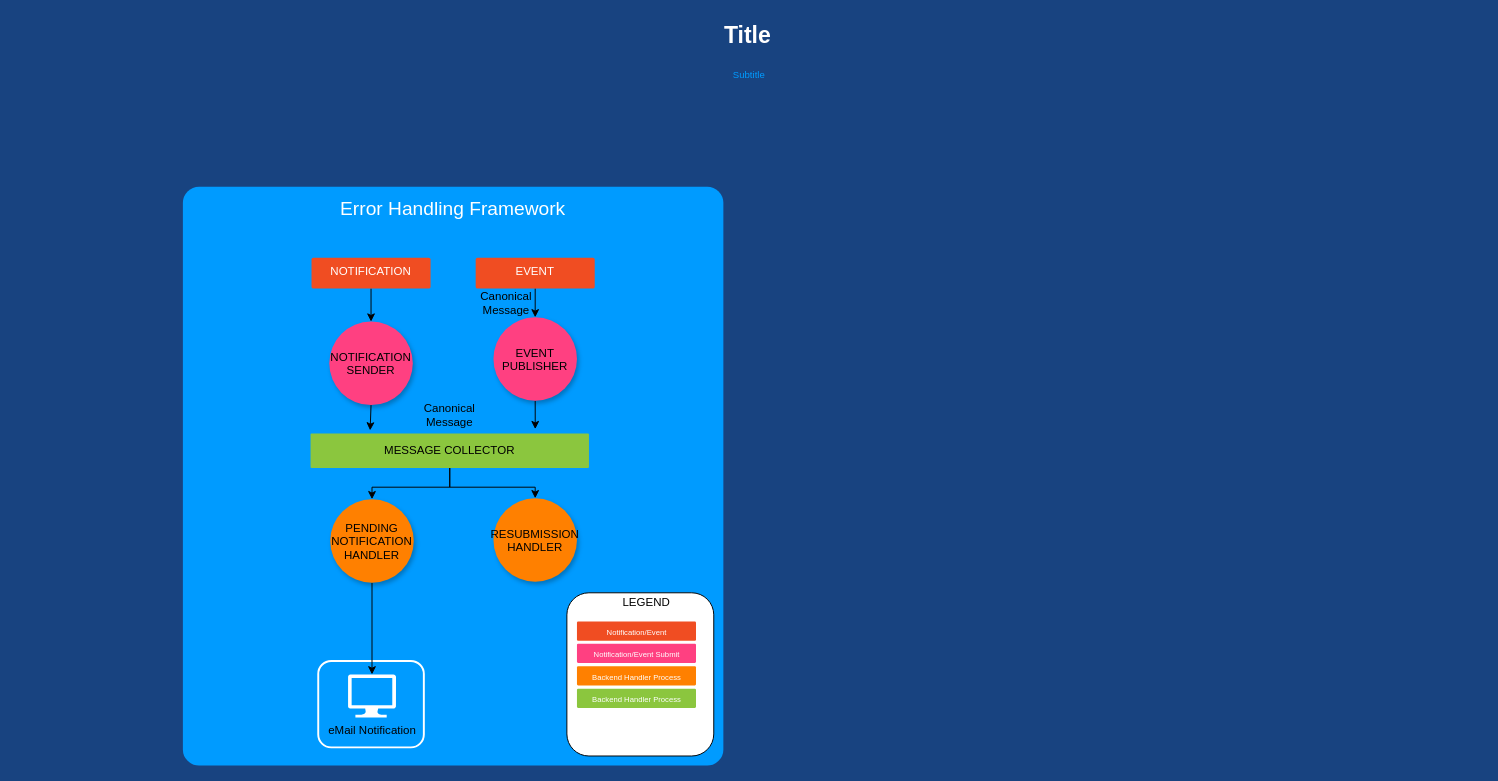
Earlier version of the draw.io diagram ErrorHandlingFramework.drawio (spantaleoni/StaticWebSite). Source tidied: cells renumbered, new cells numbered last; positions are measured from the earlier drawing's top-left corner, leaving out a move shared by most shapes. Both pictures are drawn from the tidied source at 96%, with x=0, y=0 at pixel (16, 16).
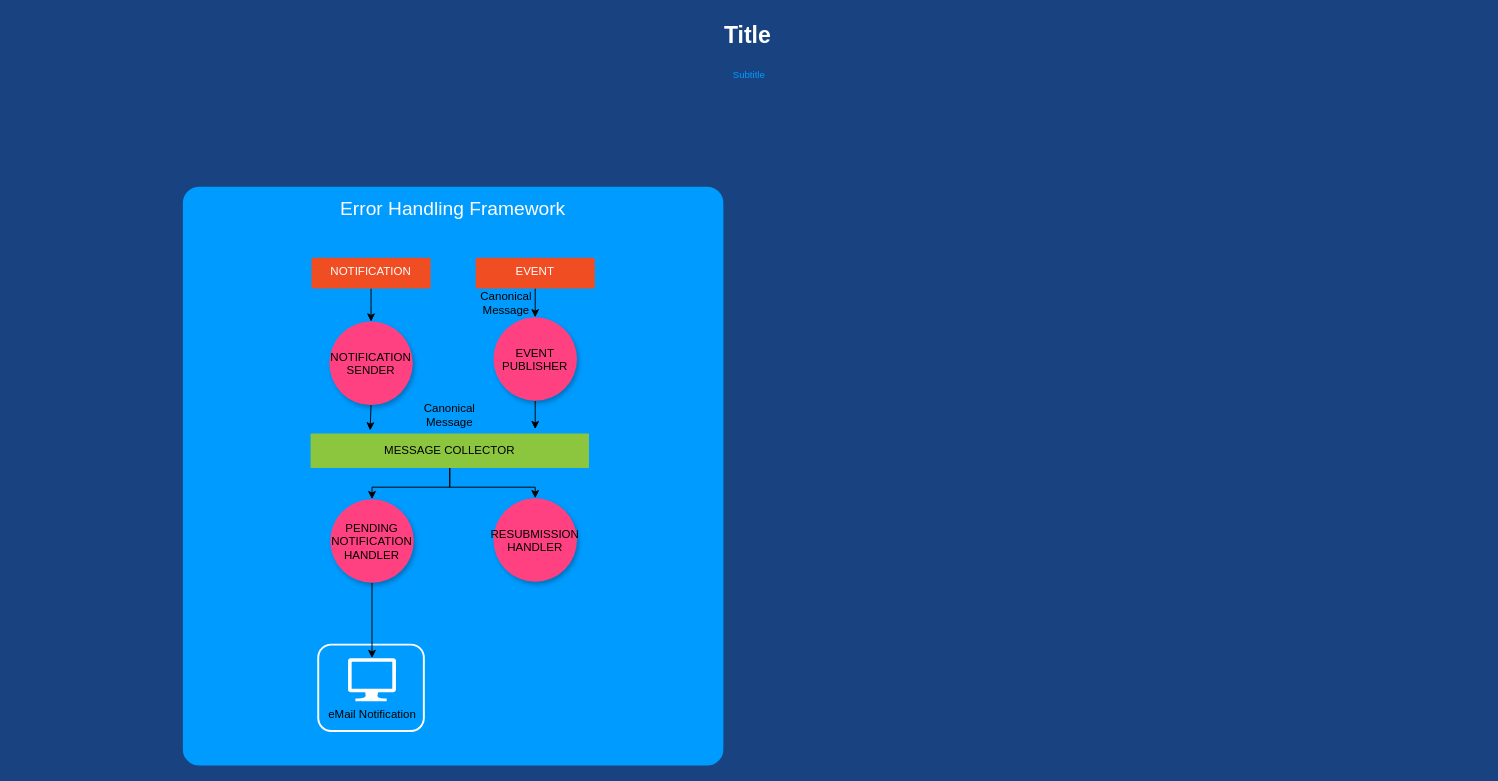
Above is the later version.

Change to the diagram source:
```diff
@@
     <mxCell id="16" style="group;" parent="1" vertex="1">
-      <mxGeometry x="314" y="671" width="110" height="90" as="geometry" />
+      <mxGeometry x="314" y="654" width="110" height="90" as="geometry" />
     </mxCell>
@@
-    <mxCell id="20" value="PENDING &#10;NOTIFICATION&#10;HANDLER" style="shape=ellipse;fillColor=#FF8000;strokeColor=none;shadow=1;" parent="1" vertex="1">
+    <mxCell id="20" value="PENDING &#10;NOTIFICATION&#10;HANDLER" style="shape=ellipse;fillColor=#FF4081;strokeColor=none;shadow=1;" parent="1" vertex="1">
       <mxGeometry x="326.5" y="502.5" width="87" height="87" as="geometry" />
     </mxCell>
-    <mxCell id="21" value="RESUBMISSION&#10;HANDLER" style="shape=ellipse;fillColor=#FF8000;strokeColor=none;shadow=1;" parent="1" vertex="1">
+    <mxCell id="21" value="RESUBMISSION&#10;HANDLER" style="shape=ellipse;fillColor=#FF4081;strokeColor=none;shadow=1;" parent="1" vertex="1">
       <mxGeometry x="496.5" y="501.5" width="87" height="87" as="geometry" />
     </mxCell>
@@
-    <mxCell id="24" style="rounded=1;whiteSpace=wrap;html=1;" parent="1" vertex="1">
-      <mxGeometry x="573" y="600" width="153" height="170" as="geometry" />
-    </mxCell>
-    <mxCell id="25" value="LEGEND" style="text;html=1;strokeColor=none;fillColor=none;align=center;verticalAlign=middle;whiteSpace=wrap;rounded=0;" parent="1" vertex="1">
-      <mxGeometry x="636" y="600" width="40" height="20" as="geometry" />
-    </mxCell>
-    <mxCell id="26" value="Notification/Event" style="rounded=1;whiteSpace=wrap;html=1;shadow=0;strokeWidth=2;fillColor=#F04D22;fontSize=8;fontColor=#FFFFFF;align=center;strokeColor=none;arcSize=6;verticalAlign=top;" parent="1" vertex="1">
-      <mxGeometry x="583.5" y="630" width="124" height="20" as="geometry" />
-    </mxCell>
-    <mxCell id="27" value="Backend Handler Process" style="rounded=1;whiteSpace=wrap;html=1;shadow=0;strokeWidth=2;fillColor=#8BC63E;fontSize=8;fontColor=#FFFFFF;align=center;strokeColor=none;arcSize=6;verticalAlign=top;" parent="1" vertex="1">
-      <mxGeometry x="583.5" y="700" width="124" height="20" as="geometry" />
-    </mxCell>
-    <mxCell id="28" value="Notification/Event Submit" style="rounded=1;whiteSpace=wrap;html=1;shadow=0;strokeWidth=2;fillColor=#FF4081;fontSize=8;fontColor=#FFFFFF;align=center;strokeColor=none;arcSize=6;verticalAlign=top;" parent="1" vertex="1">
-      <mxGeometry x="583.5" y="653" width="124" height="20" as="geometry" />
-    </mxCell>
-    <mxCell id="29" value="Backend Handler Process" style="rounded=1;whiteSpace=wrap;html=1;shadow=0;strokeWidth=2;fillColor=#FF8000;fontSize=8;fontColor=#FFFFFF;align=center;strokeColor=none;arcSize=6;verticalAlign=top;" parent="1" vertex="1">
-      <mxGeometry x="583.5" y="676.5" width="124" height="20" as="geometry" />
-    </mxCell>
```
